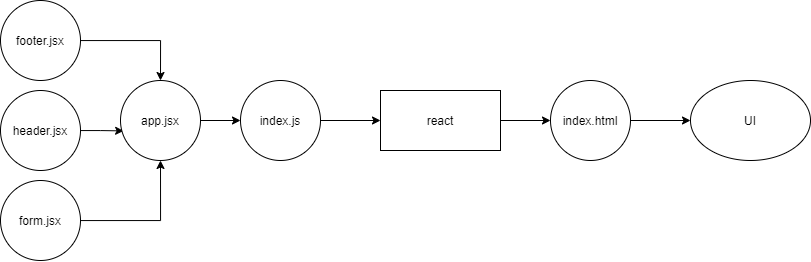
This is Untitled-Diagram.png from emranaloul/resty, a draw.io export, as it was before one commit. Source tidied: cells renumbered, new cells last; positions are measured from the earlier drawing's top-left corner, leaving out a move shared by most shapes. Its diagram source:
```xml
<mxGraphModel>
  <root>
    <mxCell id="0" />
    <mxCell id="1" parent="0" />
    <mxCell id="2" style="edgeStyle=orthogonalEdgeStyle;rounded=0;jettySize=auto;html=1;exitX=1;exitY=0.5;exitDx=0;exitDy=0;entryX=0;entryY=0.5;entryDx=0;entryDy=0;" parent="1" edge="1" source="3" target="14">
      <mxGeometry relative="1" as="geometry" />
    </mxCell>
    <mxCell id="3" value="react" style="rounded=0;whiteSpace=wrap;html=1;" parent="1" vertex="1">
      <mxGeometry x="380" y="90" width="120" height="60" as="geometry" />
    </mxCell>
    <mxCell id="4" value="UI" style="ellipse;whiteSpace=wrap;html=1;" parent="1" vertex="1">
      <mxGeometry x="690" y="80" width="120" height="80" as="geometry" />
    </mxCell>
    <mxCell id="5" style="edgeStyle=orthogonalEdgeStyle;rounded=0;jettySize=auto;html=1;entryX=0.5;entryY=0;entryDx=0;entryDy=0;" parent="1" edge="1" source="6" target="16">
      <mxGeometry relative="1" as="geometry" />
    </mxCell>
    <mxCell id="6" value="footer.jsx" style="ellipse;whiteSpace=wrap;html=1;" parent="1" vertex="1">
      <mxGeometry width="80" height="80" as="geometry" />
    </mxCell>
    <mxCell id="7" style="edgeStyle=orthogonalEdgeStyle;rounded=0;jettySize=auto;html=1;entryX=0.039;entryY=0.63;entryDx=0;entryDy=0;entryPerimeter=0;" parent="1" edge="1" source="8" target="16">
      <mxGeometry relative="1" as="geometry" />
    </mxCell>
    <mxCell id="8" value="header.jsx" style="ellipse;whiteSpace=wrap;html=1;" parent="1" vertex="1">
      <mxGeometry y="90" width="80" height="80" as="geometry" />
    </mxCell>
    <mxCell id="9" style="edgeStyle=orthogonalEdgeStyle;rounded=0;jettySize=auto;html=1;entryX=0.5;entryY=1;entryDx=0;entryDy=0;" parent="1" edge="1" source="10" target="16">
      <mxGeometry relative="1" as="geometry" />
    </mxCell>
    <mxCell id="10" value="form.jsx" style="ellipse;whiteSpace=wrap;html=1;" parent="1" vertex="1">
      <mxGeometry y="180" width="80" height="80" as="geometry" />
    </mxCell>
    <mxCell id="11" style="edgeStyle=orthogonalEdgeStyle;rounded=0;jettySize=auto;html=1;entryX=0;entryY=0.5;entryDx=0;entryDy=0;" parent="1" edge="1" source="12" target="3">
      <mxGeometry relative="1" as="geometry" />
    </mxCell>
    <mxCell id="12" value="index.js" style="ellipse;whiteSpace=wrap;html=1;" parent="1" vertex="1">
      <mxGeometry x="240" y="80" width="80" height="80" as="geometry" />
    </mxCell>
    <mxCell id="13" style="edgeStyle=orthogonalEdgeStyle;rounded=0;jettySize=auto;html=1;entryX=0;entryY=0.5;entryDx=0;entryDy=0;" parent="1" edge="1" source="14" target="4">
      <mxGeometry relative="1" as="geometry" />
    </mxCell>
    <mxCell id="14" value="index.html" style="ellipse;whiteSpace=wrap;html=1;" parent="1" vertex="1">
      <mxGeometry x="550" y="80" width="80" height="80" as="geometry" />
    </mxCell>
    <mxCell id="15" style="edgeStyle=orthogonalEdgeStyle;rounded=0;jettySize=auto;html=1;exitX=1;exitY=0.5;exitDx=0;exitDy=0;entryX=0;entryY=0.5;entryDx=0;entryDy=0;" parent="1" edge="1" source="16" target="12">
      <mxGeometry relative="1" as="geometry" />
    </mxCell>
    <mxCell id="16" value="app.jsx" style="ellipse;whiteSpace=wrap;html=1;" parent="1" vertex="1">
      <mxGeometry x="120" y="80" width="80" height="80" as="geometry" />
    </mxCell>
  </root>
</mxGraphModel>
```
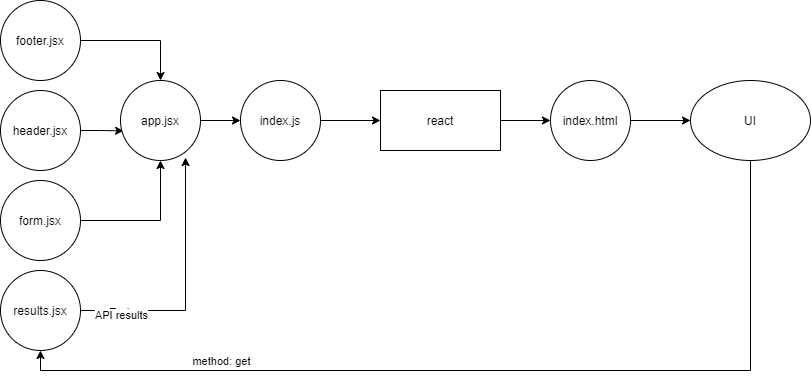
After the commit.

Change to the diagram source:
```diff
@@ -8,6 +8,19 @@
     <mxCell id="3" value="react" style="rounded=0;whiteSpace=wrap;html=1;" parent="1" vertex="1">
       <mxGeometry x="380" y="90" width="120" height="60" as="geometry" />
     </mxCell>
+    <mxCell id="17" style="edgeStyle=orthogonalEdgeStyle;rounded=0;jettySize=auto;html=1;entryX=0.5;entryY=1;entryDx=0;entryDy=0;" parent="1" edge="1" source="4" target="22">
+      <mxGeometry relative="1" as="geometry">
+        <Array as="points">
+          <mxPoint x="750" y="370" />
+          <mxPoint x="40" y="370" />
+        </Array>
+      </mxGeometry>
+    </mxCell>
+    <mxCell id="18" value="method: get" style="edgeLabel;html=1;align=center;verticalAlign=middle;" parent="17" vertex="1">
+      <mxGeometry x="0.57" y="3" relative="1" as="geometry">
+        <mxPoint y="-13" as="offset" />
+      </mxGeometry>
+    </mxCell>
     <mxCell id="4" value="UI" style="ellipse;whiteSpace=wrap;html=1;" parent="1" vertex="1">
       <mxGeometry x="690" y="80" width="120" height="80" as="geometry" />
     </mxCell>
@@ -47,5 +60,21 @@
     <mxCell id="16" value="app.jsx" style="ellipse;whiteSpace=wrap;html=1;" parent="1" vertex="1">
       <mxGeometry x="120" y="80" width="80" height="80" as="geometry" />
     </mxCell>
+    <mxCell id="19" style="edgeStyle=orthogonalEdgeStyle;rounded=0;jettySize=auto;html=1;entryX=0.813;entryY=0.963;entryDx=0;entryDy=0;entryPerimeter=0;" parent="1" edge="1" source="22" target="16">
+      <mxGeometry relative="1" as="geometry">
+        <Array as="points">
+          <mxPoint x="185" y="310" />
+        </Array>
+      </mxGeometry>
+    </mxCell>
+    <mxCell id="20" value="Text" style="edgeLabel;html=1;align=center;verticalAlign=middle;" parent="19" vertex="1">
+      <mxGeometry x="-0.71" y="-1" relative="1" as="geometry" />
+    </mxCell>
+    <mxCell id="21" value="API results" style="edgeLabel;html=1;align=center;verticalAlign=middle;" parent="19" vertex="1">
+      <mxGeometry x="-0.69" y="-4" relative="1" as="geometry" />
+    </mxCell>
+    <mxCell id="22" value="results.jsx" style="ellipse;whiteSpace=wrap;html=1;" parent="1" vertex="1">
+      <mxGeometry y="270" width="80" height="80" as="geometry" />
+    </mxCell>
   </root>
 </mxGraphModel>
```
